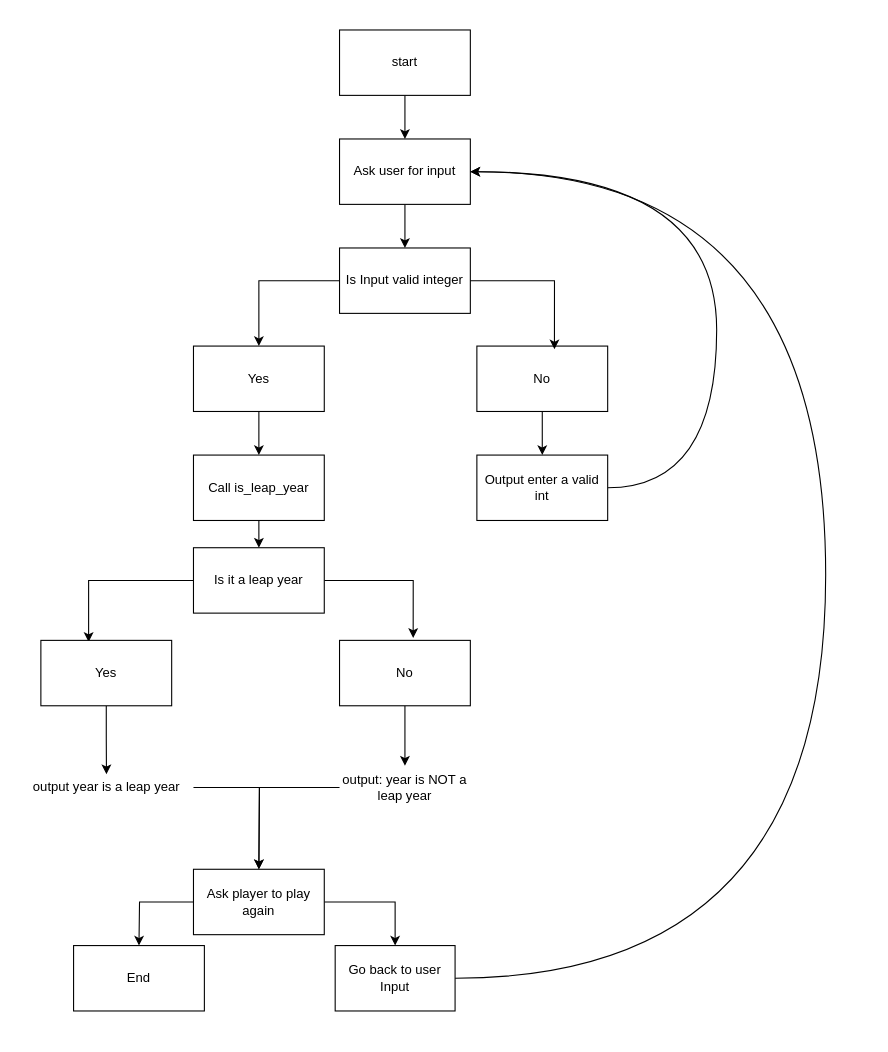
frontend-alex/flowchart-charts keeps this draw.io diagram as week-1/flowcharts/findLeapYear.drawio. Above is the earlier version. Source tidied: cells renumbered, new cells numbered last; positions are measured from the earlier drawing's top-left corner, leaving out a move shared by most shapes. Both pictures are drawn from the tidied source at 109%, with x=0, y=0 at pixel (19, 29).
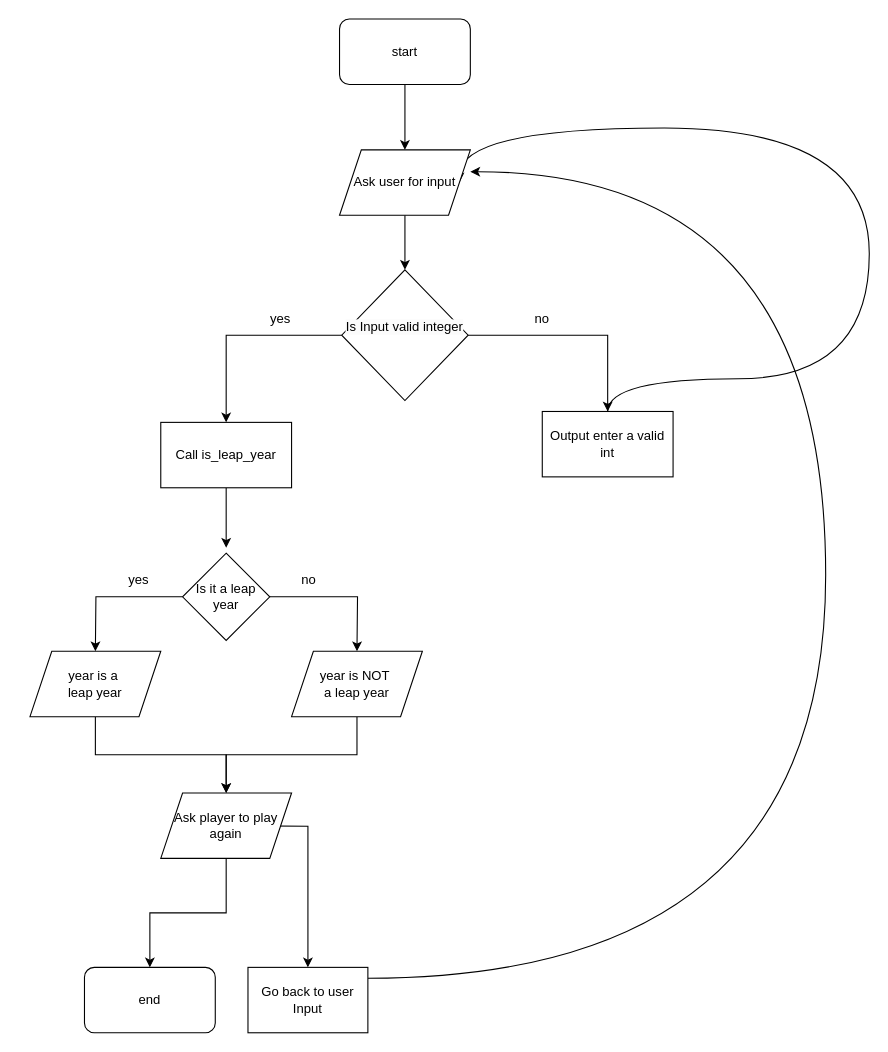
After the change.

Change to the diagram source:
```diff
@@
+    <mxCell id="13" style="edgeStyle=orthogonalEdgeStyle;rounded=0;jettySize=auto;html=1;entryX=0.5;entryY=0;entryDx=0;entryDy=0;" parent="1" edge="1" source="14">
+      <mxGeometry relative="1" as="geometry">
+        <mxPoint x="190" y="475" as="targetPoint" />
+      </mxGeometry>
+    </mxCell>
+    <mxCell id="14" value="Call is_leap_year" style="rounded=0;whiteSpace=wrap;html=1;" parent="1" vertex="1">
+      <mxGeometry x="130" y="360" width="120" height="60" as="geometry" />
+    </mxCell>
+    <mxCell id="15" style="edgeStyle=orthogonalEdgeStyle;rounded=0;jettySize=auto;html=1;entryX=1;entryY=0.5;entryDx=0;entryDy=0;curved=1;" parent="1" edge="1" source="16" target="5">
+      <mxGeometry relative="1" as="geometry">
+        <Array as="points">
+          <mxPoint x="780" y="320" />
+          <mxPoint x="780" y="90" />
+          <mxPoint x="404" y="90" />
+        </Array>
+      </mxGeometry>
+    </mxCell>
+    <mxCell id="16" value="Output enter a valid int" style="whiteSpace=wrap;html=1;rounded=0;" parent="1" vertex="1">
+      <mxGeometry x="480" y="350" width="120" height="60" as="geometry" />
+    </mxCell>
+    <mxCell id="29" style="edgeStyle=orthogonalEdgeStyle;rounded=0;jettySize=auto;html=1;entryX=0.5;entryY=0;entryDx=0;entryDy=0;" parent="1" edge="1" target="32">
+      <mxGeometry relative="1" as="geometry">
+        <mxPoint x="190" y="730" as="sourcePoint" />
+      </mxGeometry>
+    </mxCell>
+    <mxCell id="31" style="edgeStyle=orthogonalEdgeStyle;rounded=0;jettySize=auto;html=1;curved=1;" parent="1" edge="1" source="32">
+      <mxGeometry relative="1" as="geometry">
+        <mxPoint x="414" y="130" as="targetPoint" />
+        <Array as="points">
+          <mxPoint x="740" y="870" />
+          <mxPoint x="740" y="130" />
+        </Array>
+      </mxGeometry>
+    </mxCell>
+    <mxCell id="32" value="Go back to user Input" style="rounded=0;whiteSpace=wrap;html=1;" parent="1" vertex="1">
+      <mxGeometry x="210" y="860" width="110" height="60" as="geometry" />
+    </mxCell>
@@
-    <mxCell id="3" value="start" style="rounded=0;whiteSpace=wrap;html=1;" parent="1" vertex="1">
-      <mxGeometry x="294" width="120" height="60" as="geometry" />
+    <mxCell id="3" value="start" style="rounded=1;whiteSpace=wrap;html=1;" parent="1" vertex="1">
+      <mxGeometry x="294" y="-10" width="120" height="60" as="geometry" />
     </mxCell>
@@
-    <mxCell id="5" value="Ask user for input" style="rounded=0;whiteSpace=wrap;html=1;" parent="1" vertex="1">
-      <mxGeometry x="294" y="100" width="120" height="60" as="geometry" />
+    <mxCell id="5" value="Ask user for input" style="shape=parallelogram;perimeter=parallelogramPerimeter;whiteSpace=wrap;html=1;fixedSize=1;" parent="1" vertex="1">
+      <mxGeometry x="294" y="110" width="120" height="60" as="geometry" />
     </mxCell>
-    <mxCell id="6" style="edgeStyle=orthogonalEdgeStyle;rounded=0;jettySize=auto;html=1;" parent="1" edge="1" source="7" target="9">
-      <mxGeometry relative="1" as="geometry" />
-    </mxCell>
+    <mxCell id="34" style="edgeStyle=orthogonalEdgeStyle;rounded=0;jettySize=auto;html=1;" parent="1" edge="1" source="7" target="16">
+      <mxGeometry relative="1" as="geometry" />
+    </mxCell>
+    <mxCell id="35" style="edgeStyle=orthogonalEdgeStyle;rounded=0;jettySize=auto;html=1;" parent="1" edge="1" source="7" target="14">
+      <mxGeometry relative="1" as="geometry" />
+    </mxCell>
-    <mxCell id="7" value="Is Input valid integer" style="rounded=0;whiteSpace=wrap;html=1;" parent="1" vertex="1">
-      <mxGeometry x="294" y="200" width="120" height="60" as="geometry" />
+    <mxCell id="7" value="&#10;&lt;span style=&quot;color: rgb(0, 0, 0); font-family: Helvetica; font-size: 12px; font-style: normal; font-variant-ligatures: normal; font-variant-caps: normal; font-weight: 400; letter-spacing: normal; orphans: 2; text-align: center; text-indent: 0px; text-transform: none; widows: 2; word-spacing: 0px; -webkit-text-stroke-width: 0px; white-space: normal; background-color: rgb(251, 251, 251); text-decoration-thickness: initial; text-decoration-style: initial; text-decoration-color: initial; display: inline !important; float: none;&quot;&gt;Is Input valid integer&lt;/span&gt;&#10;&#10;" style="rhombus;whiteSpace=wrap;html=1;" parent="1" vertex="1">
+      <mxGeometry x="296" y="220" width="116" height="120" as="geometry" />
     </mxCell>
-    <mxCell id="8" style="edgeStyle=orthogonalEdgeStyle;rounded=0;jettySize=auto;html=1;" parent="1" edge="1" source="9">
-      <mxGeometry relative="1" as="geometry">
-        <mxPoint x="220" y="390" as="targetPoint" />
-      </mxGeometry>
-    </mxCell>
-    <mxCell id="9" value="Yes" style="rounded=0;whiteSpace=wrap;html=1;" parent="1" vertex="1">
-      <mxGeometry x="160" y="290" width="120" height="60" as="geometry" />
-    </mxCell>
-    <mxCell id="10" style="edgeStyle=orthogonalEdgeStyle;rounded=0;jettySize=auto;html=1;" parent="1" edge="1" source="11" target="16">
-      <mxGeometry relative="1" as="geometry" />
-    </mxCell>
-    <mxCell id="11" value="No" style="rounded=0;whiteSpace=wrap;html=1;" parent="1" vertex="1">
-      <mxGeometry x="420" y="290" width="120" height="60" as="geometry" />
-    </mxCell>
-    <mxCell id="12" style="edgeStyle=orthogonalEdgeStyle;rounded=0;jettySize=auto;html=1;entryX=0.593;entryY=0.05;entryDx=0;entryDy=0;entryPerimeter=0;" parent="1" edge="1" source="7" target="11">
-      <mxGeometry relative="1" as="geometry" />
-    </mxCell>
-    <mxCell id="13" style="edgeStyle=orthogonalEdgeStyle;rounded=0;jettySize=auto;html=1;entryX=0.5;entryY=0;entryDx=0;entryDy=0;" parent="1" edge="1" source="14" target="19">
-      <mxGeometry relative="1" as="geometry" />
-    </mxCell>
-    <mxCell id="14" value="Call is_leap_year" style="rounded=0;whiteSpace=wrap;html=1;" parent="1" vertex="1">
-      <mxGeometry x="160" y="390" width="120" height="60" as="geometry" />
-    </mxCell>
-    <mxCell id="15" style="edgeStyle=orthogonalEdgeStyle;rounded=0;jettySize=auto;html=1;exitX=1;exitY=0.5;exitDx=0;exitDy=0;entryX=1;entryY=0.5;entryDx=0;entryDy=0;curved=1;" parent="1" edge="1" source="16" target="5">
-      <mxGeometry relative="1" as="geometry">
-        <Array as="points">
-          <mxPoint x="640" y="420" />
-          <mxPoint x="640" y="130" />
-        </Array>
-      </mxGeometry>
-    </mxCell>
-    <mxCell id="16" value="Output enter a valid int" style="whiteSpace=wrap;html=1;rounded=0;" parent="1" vertex="1">
-      <mxGeometry x="420" y="390" width="120" height="60" as="geometry" />
-    </mxCell>
-    <mxCell id="17" style="edgeStyle=orthogonalEdgeStyle;rounded=0;jettySize=auto;html=1;entryX=0.365;entryY=0.024;entryDx=0;entryDy=0;entryPerimeter=0;" parent="1" edge="1" source="19" target="21">
-      <mxGeometry relative="1" as="geometry" />
-    </mxCell>
-    <mxCell id="18" style="edgeStyle=orthogonalEdgeStyle;rounded=0;jettySize=auto;html=1;entryX=0.563;entryY=-0.037;entryDx=0;entryDy=0;entryPerimeter=0;" parent="1" edge="1" source="19" target="23">
-      <mxGeometry relative="1" as="geometry" />
-    </mxCell>
+    <mxCell id="36" style="edgeStyle=orthogonalEdgeStyle;rounded=0;jettySize=auto;html=1;" parent="1" edge="1" source="19">
+      <mxGeometry relative="1" as="geometry">
+        <mxPoint x="310" y="570" as="targetPoint" />
+      </mxGeometry>
+    </mxCell>
+    <mxCell id="37" style="edgeStyle=orthogonalEdgeStyle;rounded=0;jettySize=auto;html=1;" parent="1" edge="1" source="19">
+      <mxGeometry relative="1" as="geometry">
+        <mxPoint x="70" y="570" as="targetPoint" />
+      </mxGeometry>
+    </mxCell>
-    <mxCell id="19" value="Is it a leap year" style="rounded=0;whiteSpace=wrap;html=1;" parent="1" vertex="1">
-      <mxGeometry x="160" y="475" width="120" height="60" as="geometry" />
+    <mxCell id="19" value="Is it a leap year" style="rhombus;whiteSpace=wrap;html=1;" parent="1" vertex="1">
+      <mxGeometry x="150" y="480" width="80" height="80" as="geometry" />
     </mxCell>
-    <mxCell id="20" style="edgeStyle=orthogonalEdgeStyle;rounded=0;jettySize=auto;html=1;entryX=0.501;entryY=0.093;entryDx=0;entryDy=0;entryPerimeter=0;" parent="1" edge="1" source="21" target="25">
-      <mxGeometry relative="1" as="geometry" />
-    </mxCell>
-    <mxCell id="21" value="Yes" style="rounded=0;whiteSpace=wrap;html=1;" parent="1" vertex="1">
-      <mxGeometry x="20" y="560" width="120" height="60" as="geometry" />
-    </mxCell>
-    <mxCell id="22" style="edgeStyle=orthogonalEdgeStyle;rounded=0;jettySize=auto;html=1;" parent="1" edge="1" source="23" target="27">
-      <mxGeometry relative="1" as="geometry" />
-    </mxCell>
-    <mxCell id="23" value="No" style="rounded=0;whiteSpace=wrap;html=1;" parent="1" vertex="1">
-      <mxGeometry x="294" y="560" width="120" height="60" as="geometry" />
-    </mxCell>
-    <mxCell id="24" style="edgeStyle=orthogonalEdgeStyle;rounded=0;jettySize=auto;html=1;" parent="1" edge="1" source="25">
-      <mxGeometry relative="1" as="geometry">
-        <mxPoint x="220" y="770" as="targetPoint" />
-      </mxGeometry>
-    </mxCell>
-    <mxCell id="25" value="output year is a leap year" style="text;html=1;align=center;verticalAlign=middle;points=[];strokeColor=none;fillColor=none;" parent="1" vertex="1">
-      <mxGeometry y="680" width="160" height="30" as="geometry" />
-    </mxCell>
-    <mxCell id="26" style="edgeStyle=orthogonalEdgeStyle;rounded=0;jettySize=auto;html=1;" parent="1" edge="1" source="27">
-      <mxGeometry relative="1" as="geometry">
-        <mxPoint x="220" y="770" as="targetPoint" />
-      </mxGeometry>
-    </mxCell>
-    <mxCell id="27" value="output: year is NOT a leap year" style="text;html=1;align=center;verticalAlign=middle;whiteSpace=wrap;rounded=0;" parent="1" vertex="1">
-      <mxGeometry x="294" y="675" width="120" height="40" as="geometry" />
-    </mxCell>
-    <mxCell id="28" style="edgeStyle=orthogonalEdgeStyle;rounded=0;jettySize=auto;html=1;" parent="1" edge="1" source="30">
-      <mxGeometry relative="1" as="geometry">
-        <mxPoint x="110" y="840" as="targetPoint" />
-      </mxGeometry>
-    </mxCell>
-    <mxCell id="29" style="edgeStyle=orthogonalEdgeStyle;rounded=0;jettySize=auto;html=1;entryX=0.5;entryY=0;entryDx=0;entryDy=0;" parent="1" edge="1" source="30" target="32">
-      <mxGeometry relative="1" as="geometry" />
-    </mxCell>
+    <mxCell id="38" value="no" style="text;html=1;align=center;verticalAlign=middle;whiteSpace=wrap;rounded=0;" parent="1" vertex="1">
+      <mxGeometry x="236" y="490" width="60" height="30" as="geometry" />
+    </mxCell>
+    <mxCell id="39" value="yes" style="text;html=1;align=center;verticalAlign=middle;whiteSpace=wrap;rounded=0;" parent="1" vertex="1">
+      <mxGeometry x="80" y="490" width="60" height="30" as="geometry" />
+    </mxCell>
+    <mxCell id="40" value="yes" style="text;html=1;align=center;verticalAlign=middle;whiteSpace=wrap;rounded=0;" parent="1" vertex="1">
+      <mxGeometry x="210" y="250" width="60" height="30" as="geometry" />
+    </mxCell>
+    <mxCell id="41" value="no" style="text;html=1;align=center;verticalAlign=middle;whiteSpace=wrap;rounded=0;" parent="1" vertex="1">
+      <mxGeometry x="450" y="250" width="60" height="30" as="geometry" />
+    </mxCell>
+    <mxCell id="42" style="edgeStyle=orthogonalEdgeStyle;rounded=0;jettySize=auto;html=1;" parent="1" edge="1" source="43" target="30">
+      <mxGeometry relative="1" as="geometry" />
+    </mxCell>
+    <mxCell id="43" value="&lt;span style=&quot;text-wrap: nowrap;&quot;&gt;year is a&amp;nbsp;&lt;/span&gt;&lt;div&gt;&lt;span style=&quot;text-wrap: nowrap;&quot;&gt;leap year&lt;/span&gt;&lt;/div&gt;" style="shape=parallelogram;perimeter=parallelogramPerimeter;whiteSpace=wrap;html=1;fixedSize=1;" parent="1" vertex="1">
+      <mxGeometry x="10" y="570" width="120" height="60" as="geometry" />
+    </mxCell>
+    <mxCell id="44" style="edgeStyle=orthogonalEdgeStyle;rounded=0;jettySize=auto;html=1;entryX=0.5;entryY=0;entryDx=0;entryDy=0;" parent="1" edge="1" source="45" target="30">
+      <mxGeometry relative="1" as="geometry" />
+    </mxCell>
+    <mxCell id="45" value="year is NOT&amp;nbsp;&lt;div&gt;a leap year&lt;/div&gt;" style="shape=parallelogram;perimeter=parallelogramPerimeter;whiteSpace=wrap;html=1;fixedSize=1;" parent="1" vertex="1">
+      <mxGeometry x="250" y="570" width="120" height="60" as="geometry" />
+    </mxCell>
+    <mxCell id="46" value="end" style="rounded=1;whiteSpace=wrap;html=1;" parent="1" vertex="1">
+      <mxGeometry x="60" y="860" width="120" height="60" as="geometry" />
+    </mxCell>
+    <mxCell id="47" style="edgeStyle=orthogonalEdgeStyle;rounded=0;jettySize=auto;html=1;" parent="1" edge="1" target="30">
+      <mxGeometry relative="1" as="geometry">
+        <mxPoint x="190" y="730" as="sourcePoint" />
+      </mxGeometry>
+    </mxCell>
+    <mxCell id="48" style="edgeStyle=orthogonalEdgeStyle;rounded=0;jettySize=auto;html=1;" parent="1" edge="1" source="30" target="46">
+      <mxGeometry relative="1" as="geometry" />
+    </mxCell>
-    <mxCell id="30" value="Ask player to play again" style="rounded=0;whiteSpace=wrap;html=1;" parent="1" vertex="1">
-      <mxGeometry x="160" y="770" width="120" height="60" as="geometry" />
+    <mxCell id="30" value="Ask player to play again" style="shape=parallelogram;perimeter=parallelogramPerimeter;whiteSpace=wrap;html=1;fixedSize=1;" parent="1" vertex="1">
+      <mxGeometry x="130" y="700" width="120" height="60" as="geometry" />
     </mxCell>
-    <mxCell id="31" style="edgeStyle=orthogonalEdgeStyle;rounded=0;jettySize=auto;html=1;curved=1;" parent="1" edge="1" source="32" target="5">
-      <mxGeometry relative="1" as="geometry">
-        <Array as="points">
-          <mxPoint x="740" y="870" />
-          <mxPoint x="740" y="130" />
-        </Array>
-      </mxGeometry>
-    </mxCell>
-    <mxCell id="32" value="Go back to user Input" style="rounded=0;whiteSpace=wrap;html=1;" parent="1" vertex="1">
-      <mxGeometry x="290" y="840" width="110" height="60" as="geometry" />
-    </mxCell>
-    <mxCell id="33" value="End" style="rounded=0;whiteSpace=wrap;html=1;" parent="1" vertex="1">
-      <mxGeometry x="50" y="840" width="120" height="60" as="geometry" />
-    </mxCell>
```
